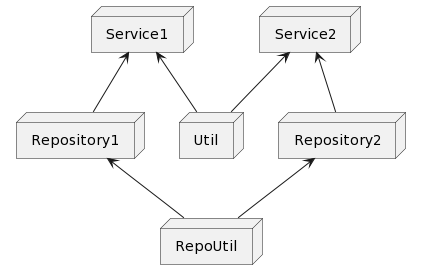
Above: images/example_uml.png in jWinterDay/di_visualizer (PlantUML), before the change.
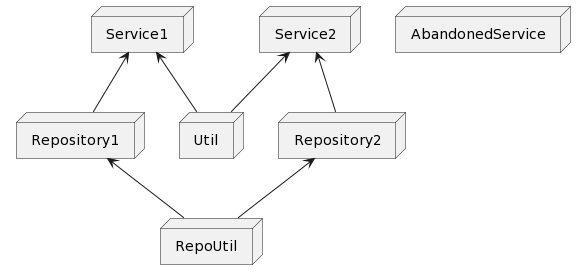
The same file after the commit.

Change to the diagram source:
```diff
@@ -5,6 +5,7 @@
 node RepoUtil
 node Repository1
 node Repository2
+node AbandonedService
 Util -up-> Service1
 Repository1 -up-> Service1
 Util -up-> Service2
```
